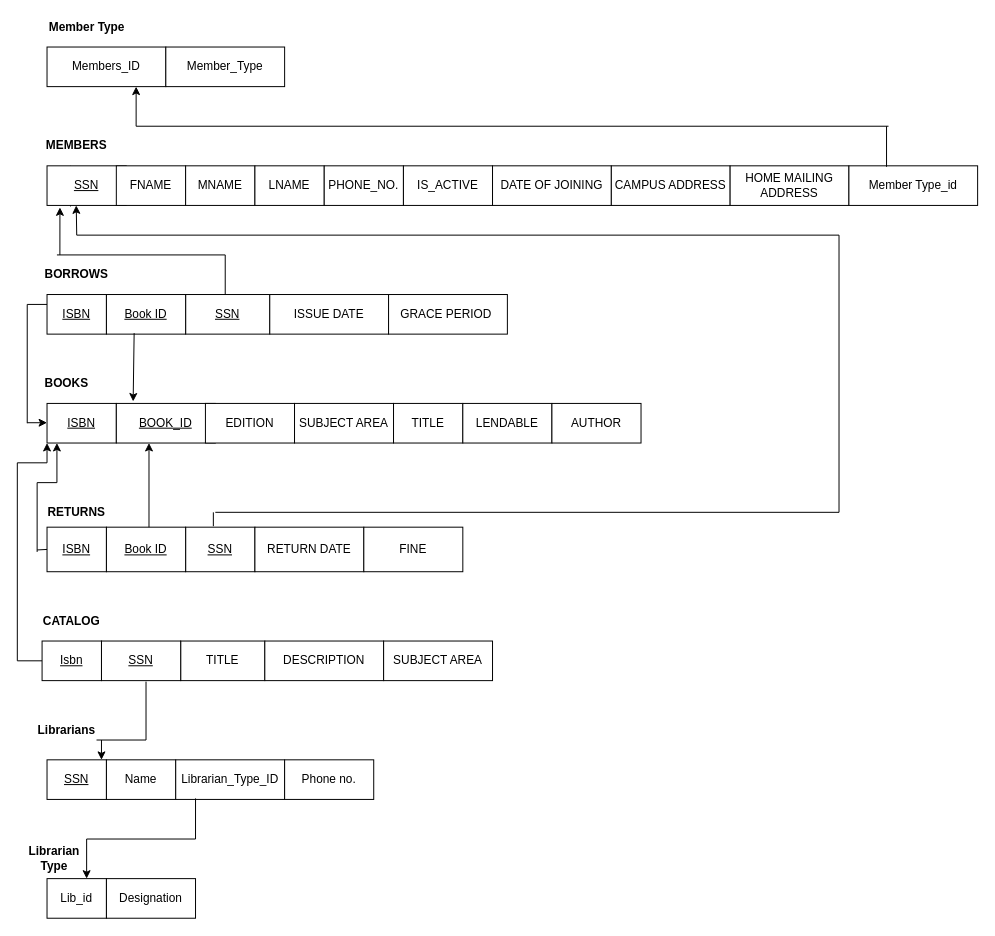
Above: Relational Schema.drawio in aditpatil10/Library-Management-System (draw.io), before the change. Source tidied: cells renumbered, new cells numbered last; positions are measured from the earlier drawing's top-left corner, leaving out a move shared by most shapes. Both pictures are drawn from the tidied source at 99%, with x=0, y=0 at pixel (17, 17).
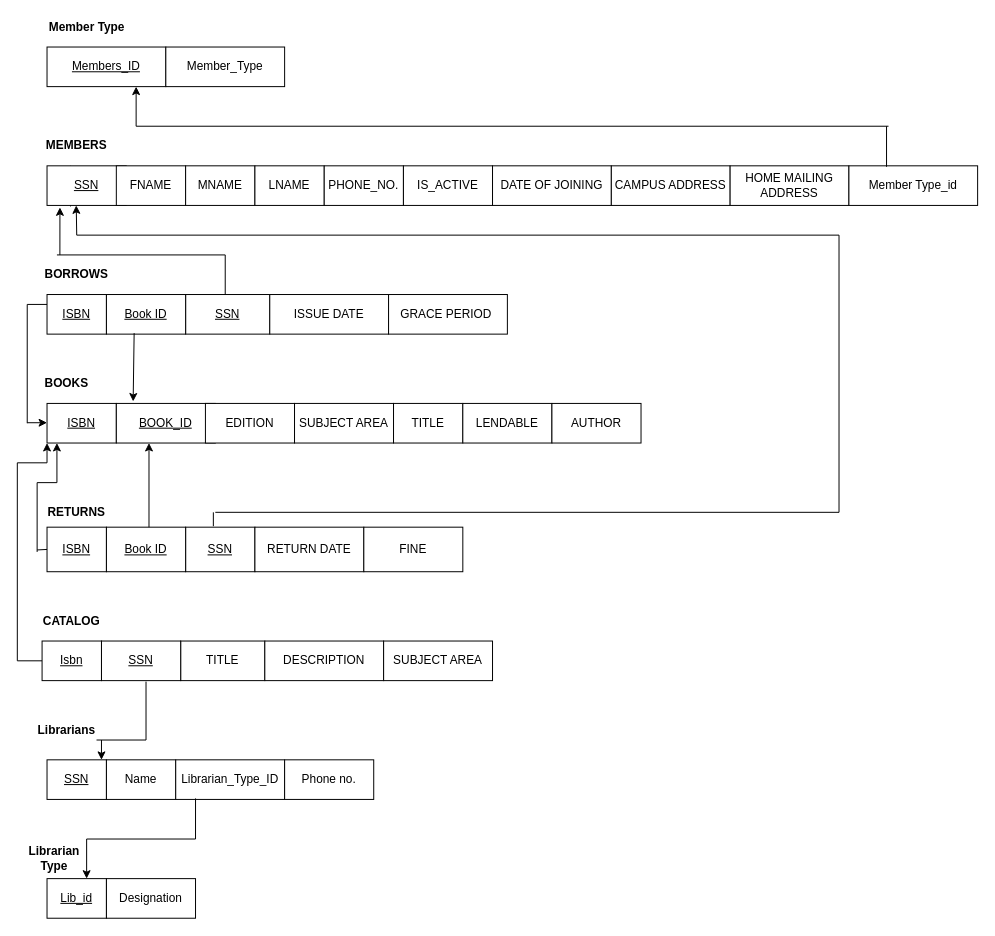
The same page after the edit.

Commit message:
Updated Primary Key Notation

The edit, as a diff of the source:
```diff
@@
-    <mxCell id="67" value="Lib_id" style="rounded=0;whiteSpace=wrap;html=1;" parent="1" vertex="1">
+    <mxCell id="67" value="Lib_id" style="rounded=0;whiteSpace=wrap;html=1;fontStyle=4;" parent="1" vertex="1">
       <mxGeometry x="30" y="870" width="60" height="40" as="geometry" />
     </mxCell>
@@
-    <mxCell id="75" value="Members_ID" style="rounded=0;whiteSpace=wrap;html=1;" parent="1" vertex="1">
+    <mxCell id="75" value="Members_ID" style="rounded=0;whiteSpace=wrap;html=1;fontStyle=4;" parent="1" vertex="1">
       <mxGeometry x="30" y="30" width="120" height="40" as="geometry" />
     </mxCell>
```
